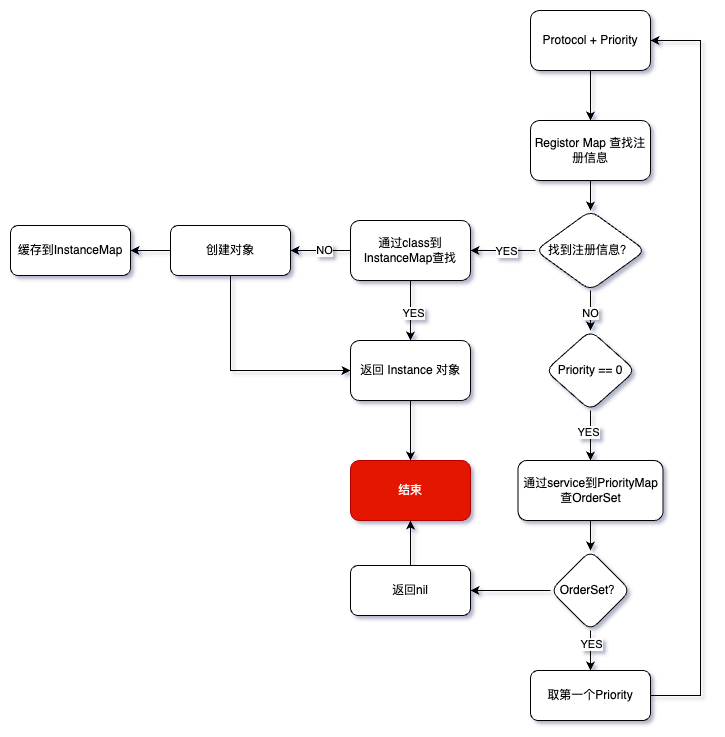
Earlier version of the draw.io export Resources/process.png (faimin/ZDMediator). Source tidied: cells renumbered, new cells last; positions are measured from the earlier drawing's top-left corner, leaving out a move shared by most shapes.
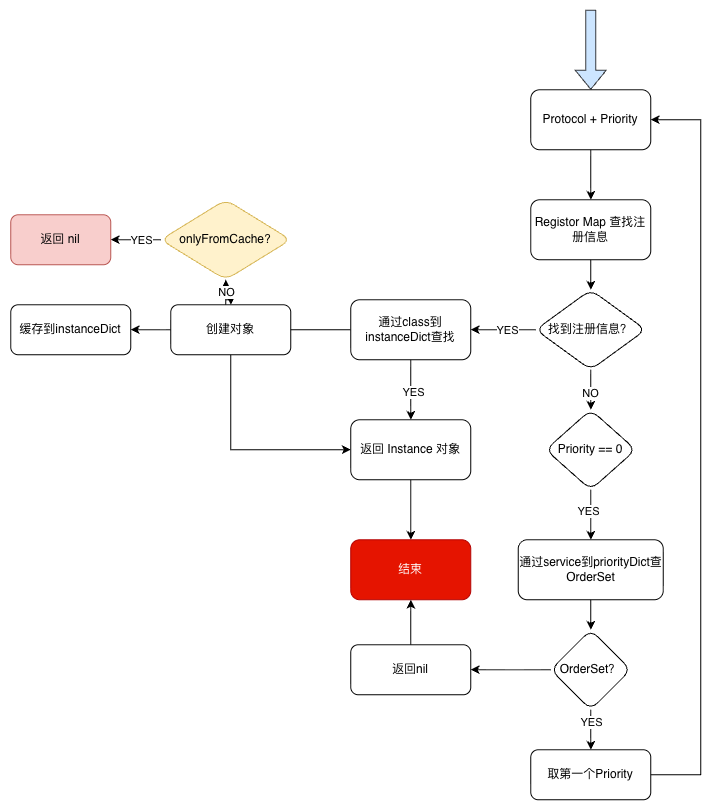
The same file after the commit.

Diff of the diagram source:
```diff
@@ -40,12 +40,30 @@
     <mxCell id="13" value="找到注册信息？" style="rhombus;whiteSpace=wrap;html=1;rounded=1;" parent="1" vertex="1">
       <mxGeometry x="525" y="200" width="110" height="80" as="geometry" />
     </mxCell>
-    <mxCell id="14" style="edgeStyle=orthogonalEdgeStyle;rounded=0;jettySize=auto;html=1;" parent="1" edge="1" source="18" target="21">
+    <mxCell id="14" style="edgeStyle=orthogonalEdgeStyle;rounded=0;jettySize=auto;html=1;" parent="1" edge="1" source="18" target="36">
       <mxGeometry relative="1" as="geometry" />
     </mxCell>
     <mxCell id="15" value="NO" style="edgeLabel;html=1;align=center;verticalAlign=middle;" parent="14" vertex="1">
       <mxGeometry x="-0.09" y="-1" relative="1" as="geometry" />
     </mxCell>
+    <mxCell id="36" value="onlyFromCache?" style="rhombus;whiteSpace=wrap;html=1;rounded=1;fillColor=#fff2cc;strokeColor=#d6b656;" parent="1" vertex="1">
+      <mxGeometry x="150" y="110" width="130" height="80" as="geometry" />
+    </mxCell>
+    <mxCell id="37" style="edgeStyle=orthogonalEdgeStyle;rounded=0;jettySize=auto;html=1;" parent="1" edge="1" source="36" target="39">
+      <mxGeometry relative="1" as="geometry" />
+    </mxCell>
+    <mxCell id="38" value="YES" style="edgeLabel;html=1;align=center;verticalAlign=middle;" parent="37" vertex="1">
+      <mxGeometry x="-0.2" relative="1" as="geometry" />
+    </mxCell>
+    <mxCell id="39" value="返回 nil" style="whiteSpace=wrap;html=1;rounded=1;fillColor=#f8cecc;strokeColor=#b85450;" parent="1" vertex="1">
+      <mxGeometry y="125" width="100" height="50" as="geometry" />
+    </mxCell>
+    <mxCell id="40" style="edgeStyle=orthogonalEdgeStyle;rounded=0;jettySize=auto;html=1;" parent="1" edge="1" source="36" target="21">
+      <mxGeometry relative="1" as="geometry" />
+    </mxCell>
+    <mxCell id="41" value="NO" style="edgeLabel;html=1;align=center;verticalAlign=middle;" parent="40" vertex="1">
+      <mxGeometry x="-0.2" relative="1" as="geometry" />
+    </mxCell>
     <mxCell id="16" style="edgeStyle=orthogonalEdgeStyle;rounded=0;jettySize=auto;html=1;" parent="1" edge="1" source="18" target="23">
       <mxGeometry relative="1" as="geometry" />
     </mxCell>
@@ -54,7 +72,7 @@
         <mxPoint y="1" as="offset" />
       </mxGeometry>
     </mxCell>
-    <mxCell id="18" value="通过class到InstanceMap查找" style="whiteSpace=wrap;html=1;rounded=1;" parent="1" vertex="1">
+    <mxCell id="18" value="通过class到instanceDict查找" style="whiteSpace=wrap;html=1;rounded=1;" parent="1" vertex="1">
       <mxGeometry x="340" y="210" width="120" height="60" as="geometry" />
     </mxCell>
     <mxCell id="19" style="edgeStyle=orthogonalEdgeStyle;rounded=0;jettySize=auto;html=1;" parent="1" edge="1" source="21" target="24">
@@ -72,13 +90,13 @@
     <mxCell id="23" value="返回 Instance 对象" style="whiteSpace=wrap;html=1;rounded=1;" parent="1" vertex="1">
       <mxGeometry x="340" y="330" width="120" height="60" as="geometry" />
     </mxCell>
-    <mxCell id="24" value="缓存到InstanceMap" style="whiteSpace=wrap;html=1;rounded=1;" parent="1" vertex="1">
+    <mxCell id="24" value="缓存到instanceDict" style="whiteSpace=wrap;html=1;rounded=1;" parent="1" vertex="1">
       <mxGeometry y="215" width="120" height="50" as="geometry" />
     </mxCell>
     <mxCell id="25" style="edgeStyle=orthogonalEdgeStyle;rounded=0;jettySize=auto;html=1;" parent="1" edge="1" source="26" target="30">
       <mxGeometry relative="1" as="geometry" />
     </mxCell>
-    <mxCell id="26" value="通过service到PriorityMap查OrderSet" style="whiteSpace=wrap;html=1;rounded=1;" parent="1" vertex="1">
+    <mxCell id="26" value="通过service到priorityDict查OrderSet" style="whiteSpace=wrap;html=1;rounded=1;" parent="1" vertex="1">
       <mxGeometry x="507.5" y="450" width="145" height="60" as="geometry" />
     </mxCell>
     <mxCell id="27" style="edgeStyle=orthogonalEdgeStyle;rounded=0;jettySize=auto;html=1;" parent="1" edge="1" source="30" target="32">
@@ -113,5 +131,10 @@
     <mxCell id="35" value="返回nil" style="whiteSpace=wrap;html=1;rounded=1;" parent="1" vertex="1">
       <mxGeometry x="340" y="555" width="120" height="50" as="geometry" />
     </mxCell>
+    <mxCell id="42" style="shape=flexArrow;endArrow=classic;html=1;rounded=0;entryX=0.5;entryY=0;entryDx=0;entryDy=0;fillColor=#cce5ff;strokeColor=#36393d;" parent="1" edge="1" target="3">
+      <mxGeometry relative="1" as="geometry">
+        <mxPoint x="580" y="-80" as="sourcePoint" />
+      </mxGeometry>
+    </mxCell>
   </root>
 </mxGraphModel>
```
